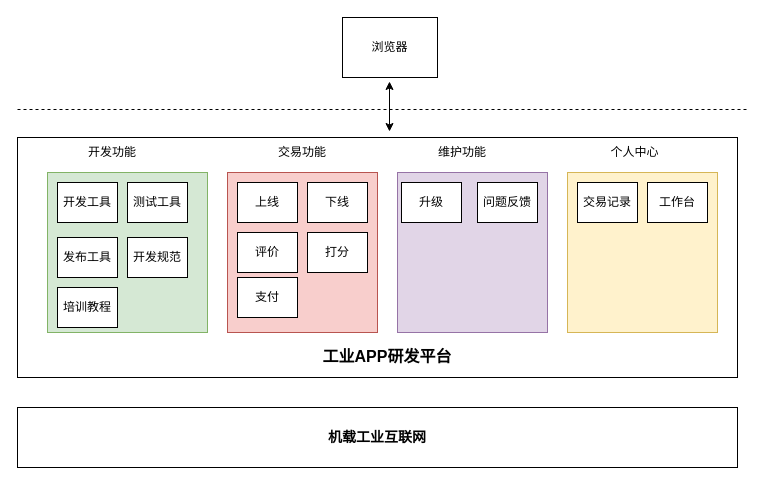
This is page "第 1 页" (1 of 2) of 未命名绘图.drawio from luomoweilan/bookmark, a draw.io file, before an edit. Source tidied: cells renumbered, new cells numbered last; positions are measured from the earlier drawing's top-left corner, leaving out a move shared by most shapes. Both pictures are drawn from the tidied source at 100%, with x=0, y=0 at pixel (17, 17).
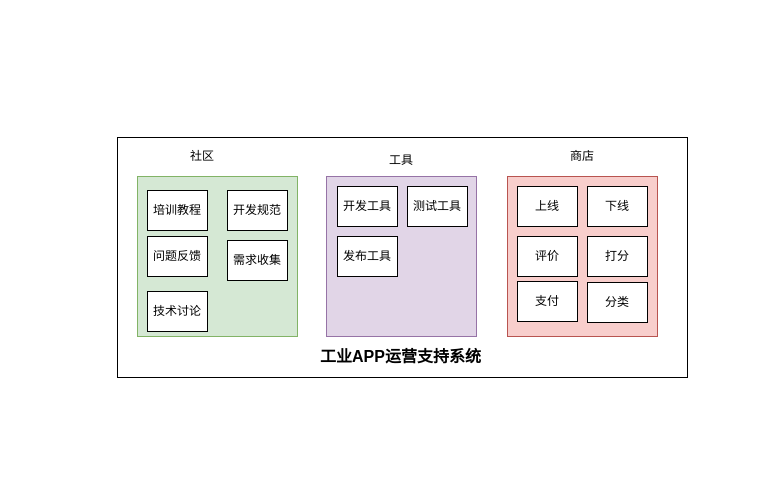
Above is the later version.

Commit message:
更新未命名绘图.drawio

The edit, as a diff of the source:
```diff
@@
     <mxCell id="2" style="rounded=0;whiteSpace=wrap;html=1;" parent="1" vertex="1">
-      <mxGeometry y="120" width="720" height="240" as="geometry" />
+      <mxGeometry x="100" y="120" width="570" height="240" as="geometry" />
     </mxCell>
     <mxCell id="3" style="rounded=0;whiteSpace=wrap;html=1;fillColor=#d5e8d4;strokeColor=#82b366;" parent="1" vertex="1">
-      <mxGeometry x="30" y="155" width="160" height="160" as="geometry" />
+      <mxGeometry x="120" y="159" width="160" height="160" as="geometry" />
     </mxCell>
     <mxCell id="4" style="rounded=0;whiteSpace=wrap;html=1;fillColor=#f8cecc;strokeColor=#b85450;" parent="1" vertex="1">
-      <mxGeometry x="210" y="155" width="150" height="160" as="geometry" />
+      <mxGeometry x="490" y="159" width="150" height="160" as="geometry" />
     </mxCell>
     <mxCell id="5" style="rounded=0;whiteSpace=wrap;html=1;fillColor=#e1d5e7;strokeColor=#9673a6;" parent="1" vertex="1">
-      <mxGeometry x="380" y="155" width="150" height="160" as="geometry" />
+      <mxGeometry x="309" y="159" width="150" height="160" as="geometry" />
     </mxCell>
-    <mxCell id="6" value="开发功能" style="text;html=1;strokeColor=none;fillColor=none;align=center;verticalAlign=middle;whiteSpace=wrap;rounded=0;" parent="1" vertex="1">
-      <mxGeometry x="70" y="125" width="50" height="20" as="geometry" />
+    <mxCell id="6" value="社区" style="text;html=1;strokeColor=none;fillColor=none;align=center;verticalAlign=middle;whiteSpace=wrap;rounded=0;" parent="1" vertex="1">
+      <mxGeometry x="160" y="129" width="50" height="20" as="geometry" />
     </mxCell>
-    <mxCell id="7" value="交易功能" style="text;html=1;strokeColor=none;fillColor=none;align=center;verticalAlign=middle;whiteSpace=wrap;rounded=0;" parent="1" vertex="1">
-      <mxGeometry x="260" y="125" width="50" height="20" as="geometry" />
+    <mxCell id="7" value="商店" style="text;html=1;strokeColor=none;fillColor=none;align=center;verticalAlign=middle;whiteSpace=wrap;rounded=0;" parent="1" vertex="1">
+      <mxGeometry x="540" y="129" width="50" height="20" as="geometry" />
     </mxCell>
-    <mxCell id="8" value="维护功能" style="text;html=1;strokeColor=none;fillColor=none;align=center;verticalAlign=middle;whiteSpace=wrap;rounded=0;" parent="1" vertex="1">
-      <mxGeometry x="420" y="125" width="50" height="20" as="geometry" />
+    <mxCell id="8" value="工具" style="text;html=1;strokeColor=none;fillColor=none;align=center;verticalAlign=middle;whiteSpace=wrap;rounded=0;" parent="1" vertex="1">
+      <mxGeometry x="359" y="133" width="50" height="20" as="geometry" />
     </mxCell>
     <mxCell id="9" value="培训教程" style="rounded=0;whiteSpace=wrap;html=1;" parent="1" vertex="1">
-      <mxGeometry x="40" y="270" width="60" height="40" as="geometry" />
+      <mxGeometry x="130" y="173" width="60" height="40" as="geometry" />
     </mxCell>
     <mxCell id="10" value="测试工具" style="rounded=0;whiteSpace=wrap;html=1;" parent="1" vertex="1">
-      <mxGeometry x="110" y="165" width="60" height="40" as="geometry" />
+      <mxGeometry x="390" y="169" width="60" height="40" as="geometry" />
     </mxCell>
     <mxCell id="11" value="发布工具" style="rounded=0;whiteSpace=wrap;html=1;" parent="1" vertex="1">
-      <mxGeometry x="40" y="220" width="60" height="40" as="geometry" />
+      <mxGeometry x="320" y="219" width="60" height="40" as="geometry" />
     </mxCell>
     <mxCell id="12" value="开发工具" style="rounded=0;whiteSpace=wrap;html=1;" parent="1" vertex="1">
-      <mxGeometry x="40" y="165" width="60" height="40" as="geometry" />
+      <mxGeometry x="320" y="169" width="60" height="40" as="geometry" />
     </mxCell>
     <mxCell id="13" value="上线" style="rounded=0;whiteSpace=wrap;html=1;" parent="1" vertex="1">
-      <mxGeometry x="220" y="165" width="60" height="40" as="geometry" />
+      <mxGeometry x="500" y="169" width="60" height="40" as="geometry" />
     </mxCell>
     <mxCell id="14" value="下线" style="rounded=0;whiteSpace=wrap;html=1;" parent="1" vertex="1">
-      <mxGeometry x="290" y="165" width="60" height="40" as="geometry" />
+      <mxGeometry x="570" y="169" width="60" height="40" as="geometry" />
     </mxCell>
     <mxCell id="15" value="评价" style="rounded=0;whiteSpace=wrap;html=1;" parent="1" vertex="1">
-      <mxGeometry x="220" y="215" width="60" height="40" as="geometry" />
+      <mxGeometry x="500" y="219" width="60" height="40" as="geometry" />
     </mxCell>
     <mxCell id="16" value="打分" style="rounded=0;whiteSpace=wrap;html=1;" parent="1" vertex="1">
-      <mxGeometry x="290" y="215" width="60" height="40" as="geometry" />
+      <mxGeometry x="570" y="219" width="60" height="40" as="geometry" />
     </mxCell>
-    <mxCell id="17" value="浏览器" style="rounded=0;whiteSpace=wrap;html=1;" parent="1" vertex="1">
-      <mxGeometry x="325" width="95" height="60" as="geometry" />
-    </mxCell>
-    <mxCell id="18" value="个人中心" style="text;html=1;strokeColor=none;fillColor=none;align=center;verticalAlign=middle;whiteSpace=wrap;rounded=0;" parent="1" vertex="1">
-      <mxGeometry x="590" y="125" width="55" height="20" as="geometry" />
-    </mxCell>
-    <mxCell id="19" style="endArrow=none;dashed=1;html=1;" parent="1" edge="1">
-      <mxGeometry relative="1" as="geometry">
-        <mxPoint y="92" as="sourcePoint" />
-        <mxPoint x="730" y="92" as="targetPoint" />
-      </mxGeometry>
-    </mxCell>
-    <mxCell id="20" value="升级" style="rounded=0;whiteSpace=wrap;html=1;" parent="1" vertex="1">
-      <mxGeometry x="384" y="165" width="60" height="40" as="geometry" />
-    </mxCell>
     <mxCell id="21" value="问题反馈" style="rounded=0;whiteSpace=wrap;html=1;" parent="1" vertex="1">
-      <mxGeometry x="460" y="165" width="60" height="40" as="geometry" />
+      <mxGeometry x="130" y="219" width="60" height="40" as="geometry" />
     </mxCell>
     <mxCell id="22" value="支付" style="rounded=0;whiteSpace=wrap;html=1;" parent="1" vertex="1">
-      <mxGeometry x="220" y="260" width="60" height="40" as="geometry" />
+      <mxGeometry x="500" y="264" width="60" height="40" as="geometry" />
     </mxCell>
     <mxCell id="23" value="开发规范" style="rounded=0;whiteSpace=wrap;html=1;" parent="1" vertex="1">
-      <mxGeometry x="110" y="220" width="60" height="40" as="geometry" />
+      <mxGeometry x="210" y="173" width="60" height="40" as="geometry" />
     </mxCell>
-    <mxCell id="24" value="&lt;font style=&quot;font-size: 14px&quot;&gt;&lt;b&gt;机载工业互联网&lt;/b&gt;&lt;/font&gt;" style="rounded=0;whiteSpace=wrap;html=1;" parent="1" vertex="1">
-      <mxGeometry y="390" width="720" height="60" as="geometry" />
-    </mxCell>
-    <mxCell id="25" style="endArrow=classic;startArrow=classic;html=1;" parent="1" edge="1">
-      <mxGeometry relative="1" as="geometry">
-        <mxPoint x="372" y="114" as="sourcePoint" />
-        <mxPoint x="372" y="64" as="targetPoint" />
-      </mxGeometry>
-    </mxCell>
-    <mxCell id="26" style="rounded=0;whiteSpace=wrap;html=1;fillColor=#fff2cc;strokeColor=#d6b656;" parent="1" vertex="1">
-      <mxGeometry x="550" y="155" width="150" height="160" as="geometry" />
-    </mxCell>
-    <mxCell id="27" value="交易记录" style="rounded=0;whiteSpace=wrap;html=1;" parent="1" vertex="1">
-      <mxGeometry x="560" y="165" width="60" height="40" as="geometry" />
-    </mxCell>
-    <mxCell id="28" value="&lt;b&gt;&lt;font style=&quot;font-size: 16px&quot;&gt;工业APP研发平台&lt;/font&gt;&lt;/b&gt;" style="text;html=1;strokeColor=none;fillColor=none;align=center;verticalAlign=middle;whiteSpace=wrap;rounded=0;" parent="1" vertex="1">
-      <mxGeometry x="300" y="329" width="140" height="20" as="geometry" />
+    <mxCell id="28" value="&lt;b&gt;&lt;font style=&quot;font-size: 16px&quot;&gt;工业APP运营支持系统&lt;/font&gt;&lt;/b&gt;" style="text;html=1;strokeColor=none;fillColor=none;align=center;verticalAlign=middle;whiteSpace=wrap;rounded=0;" parent="1" vertex="1">
+      <mxGeometry x="301" y="329" width="165" height="20" as="geometry" />
     </mxCell>
-    <mxCell id="29" value="工作台" style="rounded=0;whiteSpace=wrap;html=1;" parent="1" vertex="1">
-      <mxGeometry x="630" y="165" width="60" height="40" as="geometry" />
-    </mxCell>
+    <mxCell id="30" value="分类" style="rounded=0;whiteSpace=wrap;html=1;" parent="1" vertex="1">
+      <mxGeometry x="570" y="265" width="60" height="40" as="geometry" />
+    </mxCell>
+    <mxCell id="31" value="需求收集" style="rounded=0;whiteSpace=wrap;html=1;" parent="1" vertex="1">
+      <mxGeometry x="210" y="223" width="60" height="40" as="geometry" />
+    </mxCell>
+    <mxCell id="32" value="技术讨论" style="rounded=0;whiteSpace=wrap;html=1;" parent="1" vertex="1">
+      <mxGeometry x="130" y="274" width="60" height="40" as="geometry" />
+    </mxCell>
```
